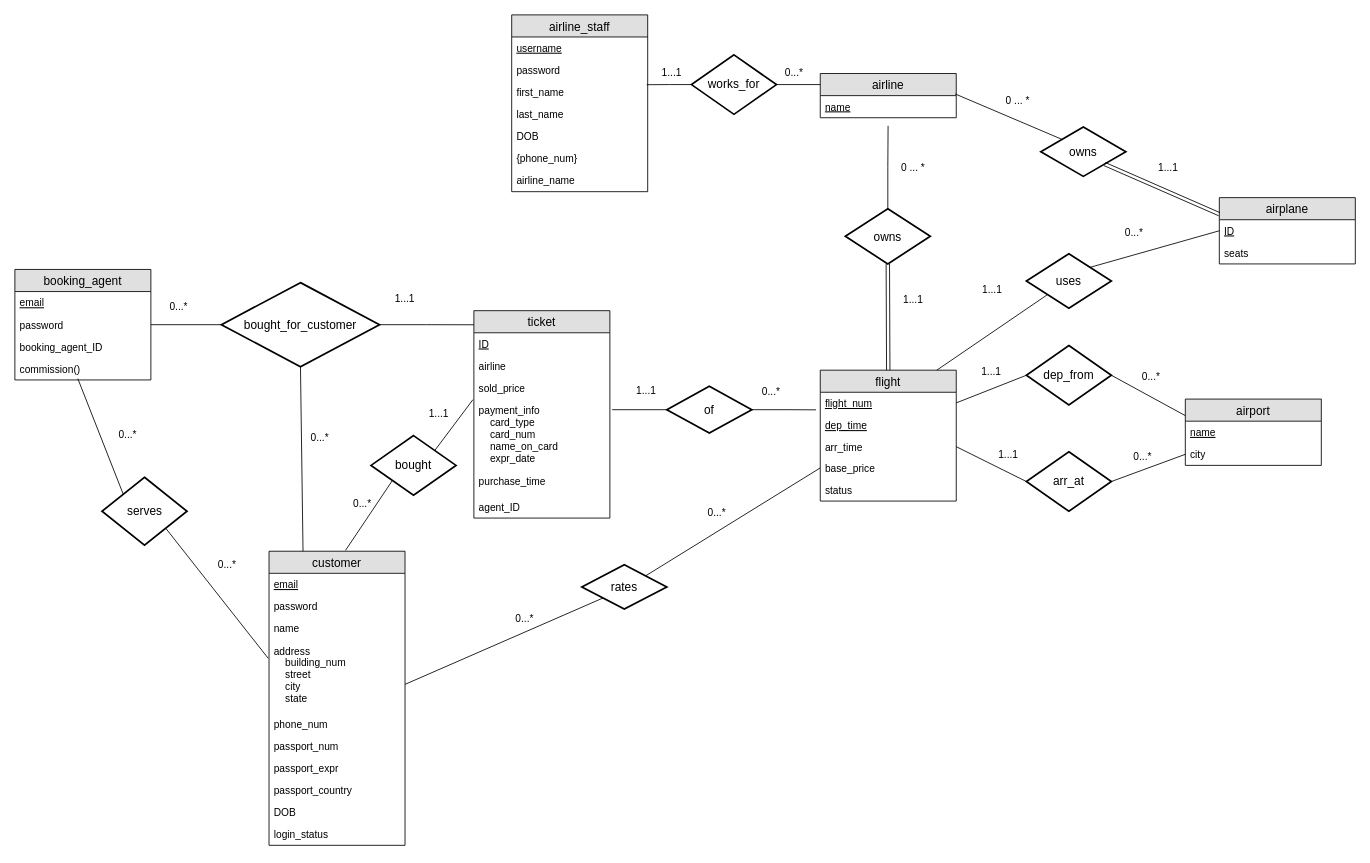
This is ER Diagram.drawio from RomolaZhang/Databases, a draw.io file, before an edit. Source tidied: cells renumbered, new cells numbered last; positions are measured from the earlier drawing's top-left corner, leaving out a move shared by most shapes. Both pictures are drawn from the tidied source at 85%, with x=0, y=0 at pixel (14, 14).
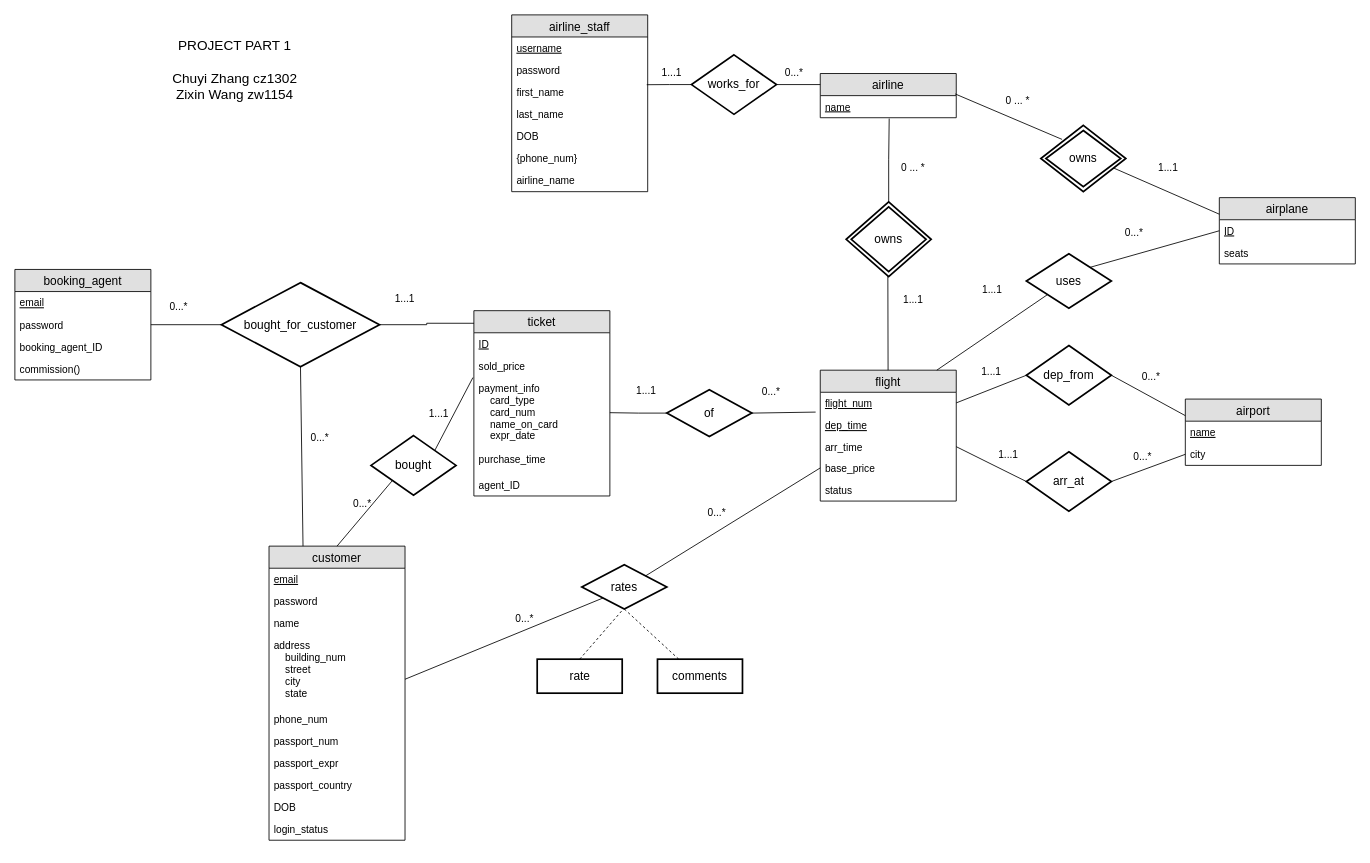
After the change.

Unchanged cells that the change refers to:
```xml
<mxCell id="6" value="name" style="text;strokeColor=none;fillColor=none;spacingLeft=4;spacingRight=4;overflow=hidden;points=[[0,0.5],[1,0.5]];portConstraint=eastwest;fontSize=12;fontStyle=4;" parent="5" vertex="1">
  <mxGeometry y="26" width="160" height="26" as="geometry" />
</mxCell>
<mxCell id="7" value="airplane" style="swimlane;fontStyle=0;horizontal=1;startSize=26;fillColor=#e0e0e0;swimlaneFillColor=#ffffff;align=center;fontSize=14;" parent="1" vertex="1">
  <mxGeometry x="1417" y="215" width="160" height="78" as="geometry" />
</mxCell>
<mxCell id="13" value="flight" style="swimlane;fontStyle=0;horizontal=1;startSize=26;fillColor=#e0e0e0;swimlaneFillColor=#ffffff;align=center;fontSize=14;" parent="1" vertex="1">
  <mxGeometry x="947.5" y="418" width="160" height="154" as="geometry" />
</mxCell>
<mxCell id="15" value="dep_time&#10;" style="text;strokeColor=none;fillColor=none;spacingLeft=4;spacingRight=4;overflow=hidden;points=[[0,0.5],[1,0.5]];portConstraint=eastwest;fontSize=12;fontStyle=4;" parent="13" vertex="1">
  <mxGeometry y="52" width="160" height="26" as="geometry" />
</mxCell>
<mxCell id="30" value="commission()" style="text;strokeColor=none;fillColor=none;spacingLeft=4;spacingRight=4;overflow=hidden;points=[[0,0.5],[1,0.5]];portConstraint=eastwest;fontSize=12;" parent="26" vertex="1">
  <mxGeometry y="104" width="160" height="26" as="geometry" />
</mxCell>
<mxCell id="45" value="address&#10;    building_num&#10;    street&#10;    city&#10;    state" style="text;strokeColor=none;fillColor=none;spacingLeft=4;spacingRight=4;overflow=hidden;points=[[0,0.5],[1,0.5]];portConstraint=eastwest;fontSize=12;" parent="41" vertex="1">
  <mxGeometry y="104" width="160" height="86" as="geometry" />
</mxCell>
<mxCell id="85" value="rates" style="shape=rhombus;strokeWidth=2;fontSize=17;perimeter=rhombusPerimeter;whiteSpace=wrap;html=1;align=center;fontSize=14;" parent="1" vertex="1">
  <mxGeometry x="667" y="647" width="100" height="52" as="geometry" />
</mxCell>
```

The edit, as a diff of the source:
```diff
@@
-    <mxCell id="10" value="owns" style="shape=rhombus;strokeWidth=2;fontSize=17;perimeter=rhombusPerimeter;whiteSpace=wrap;html=1;align=center;fontSize=14;" parent="1" vertex="1">
-      <mxGeometry x="1207" y="132" width="100" height="58" as="geometry" />
-    </mxCell>
@@
     <mxCell id="19" value="ticket" style="swimlane;fontStyle=0;horizontal=1;startSize=26;fillColor=#e0e0e0;swimlaneFillColor=#ffffff;align=center;fontSize=14;" parent="1" vertex="1">
-      <mxGeometry x="540" y="348" width="160" height="244" as="geometry" />
+      <mxGeometry x="540" y="348" width="160" height="218" as="geometry" />
     </mxCell>
@@
-    <mxCell id="21" value="airline" style="text;strokeColor=none;fillColor=none;spacingLeft=4;spacingRight=4;overflow=hidden;fontSize=12;" parent="19" vertex="1">
-      <mxGeometry y="52" width="160" height="26" as="geometry" />
-    </mxCell>
     <mxCell id="22" value="sold_price" style="text;strokeColor=none;fillColor=none;spacingLeft=4;spacingRight=4;overflow=hidden;fontSize=12;" parent="19" vertex="1">
-      <mxGeometry y="78" width="160" height="26" as="geometry" />
+      <mxGeometry y="52" width="160" height="26" as="geometry" />
     </mxCell>
     <mxCell id="23" value="payment_info&#10;    card_type&#10;    card_num&#10;    name_on_card&#10;    expr_date" style="text;strokeColor=none;fillColor=none;spacingLeft=4;spacingRight=4;overflow=hidden;points=[[0,0.5],[1,0.5]];portConstraint=eastwest;fontSize=12;" parent="19" vertex="1">
-      <mxGeometry y="104" width="160" height="84" as="geometry" />
+      <mxGeometry y="78" width="160" height="84" as="geometry" />
     </mxCell>
     <mxCell id="24" value="purchase_time" style="text;strokeColor=none;fillColor=none;spacingLeft=4;spacingRight=4;overflow=hidden;fontSize=12;" parent="19" vertex="1">
-      <mxGeometry y="188" width="160" height="30" as="geometry" />
+      <mxGeometry y="162" width="160" height="30" as="geometry" />
     </mxCell>
     <mxCell id="25" value="agent_ID" style="text;strokeColor=none;fillColor=none;spacingLeft=4;spacingRight=4;overflow=hidden;fontSize=12;" parent="19" vertex="1">
-      <mxGeometry y="218" width="160" height="26" as="geometry" />
+      <mxGeometry y="192" width="160" height="26" as="geometry" />
     </mxCell>
@@
-    <mxCell id="39" style="edgeStyle=orthogonalEdgeStyle;rounded=0;jettySize=auto;html=1;exitX=0.5;exitY=0;exitDx=0;exitDy=0;endArrow=none;endFill=0;" parent="1" edge="1" source="40">
-      <mxGeometry relative="1" as="geometry">
-        <mxPoint x="1027.3" y="130.5" as="targetPoint" />
-      </mxGeometry>
-    </mxCell>
-    <mxCell id="40" value="owns" style="shape=rhombus;strokeWidth=2;fontSize=17;perimeter=rhombusPerimeter;whiteSpace=wrap;html=1;align=center;fontSize=14;" parent="1" vertex="1">
-      <mxGeometry x="977" y="228" width="100" height="65" as="geometry" />
-    </mxCell>
     <mxCell id="41" value="customer" style="swimlane;fontStyle=0;horizontal=1;startSize=26;fillColor=#e0e0e0;swimlaneFillColor=#ffffff;align=center;fontSize=14;" parent="1" vertex="1">
-      <mxGeometry x="299" y="631" width="160" height="346" as="geometry" />
+      <mxGeometry x="299" y="625" width="160" height="346" as="geometry" />
     </mxCell>
@@
-    <mxCell id="58" style="endArrow=none;html=1;exitX=0.992;exitY=-0.077;exitDx=0;exitDy=0;exitPerimeter=0;entryX=0;entryY=0;entryDx=0;entryDy=0;" parent="1" edge="1" source="6" target="10">
-      <mxGeometry relative="1" as="geometry" />
+    <mxCell id="58" style="endArrow=none;html=1;exitX=0.992;exitY=-0.077;exitDx=0;exitDy=0;exitPerimeter=0;entryX=0;entryY=0;entryDx=0;entryDy=0;" parent="1" edge="1" source="6">
+      <mxGeometry relative="1" as="geometry">
+        <mxPoint x="1232" y="146.5" as="targetPoint" />
+      </mxGeometry>
     </mxCell>
@@
-    <mxCell id="65" style="edgeStyle=orthogonalEdgeStyle;rounded=0;jettySize=auto;html=1;exitX=0;exitY=0.5;exitDx=0;exitDy=0;entryX=1.017;entryY=0.149;entryDx=0;entryDy=0;entryPerimeter=0;endArrow=none;endFill=0;" parent="1" edge="1" source="67" target="23">
+    <mxCell id="65" style="edgeStyle=orthogonalEdgeStyle;rounded=0;jettySize=auto;html=1;exitX=0;exitY=0.5;exitDx=0;exitDy=0;entryX=1;entryY=0.5;entryDx=0;entryDy=0;endArrow=none;endFill=0;" parent="1" edge="1" source="67" target="23">
       <mxGeometry relative="1" as="geometry" />
     </mxCell>
-    <mxCell id="66" style="edgeStyle=orthogonalEdgeStyle;rounded=0;jettySize=auto;html=1;exitX=1;exitY=0.5;exitDx=0;exitDy=0;entryX=-0.031;entryY=-0.205;entryDx=0;entryDy=0;entryPerimeter=0;endArrow=none;endFill=0;" parent="1" edge="1" source="67" target="15">
-      <mxGeometry relative="1" as="geometry" />
-    </mxCell>
     <mxCell id="67" value="of" style="shape=rhombus;strokeWidth=2;fontSize=17;perimeter=rhombusPerimeter;whiteSpace=wrap;html=1;align=center;fontSize=14;" parent="1" vertex="1">
-      <mxGeometry x="767" y="437" width="100" height="55" as="geometry" />
+      <mxGeometry x="767" y="441" width="100" height="55" as="geometry" />
     </mxCell>
@@
-    <mxCell id="82" style="shape=link;html=1;endArrow=none;endFill=0;entryX=0;entryY=0.25;entryDx=0;entryDy=0;exitX=1;exitY=1;exitDx=0;exitDy=0;" parent="1" edge="1" source="10" target="7">
-      <mxGeometry relative="1" as="geometry" />
-    </mxCell>
@@
-    <mxCell id="84" style="shape=link;html=1;endArrow=none;endFill=0;entryX=0.5;entryY=1;entryDx=0;entryDy=0;exitX=0.5;exitY=0;exitDx=0;exitDy=0;" parent="1" edge="1" source="13" target="40">
-      <mxGeometry relative="1" as="geometry" />
-    </mxCell>
@@
-    <mxCell id="91" value="serves" style="shape=rhombus;strokeWidth=2;fontSize=17;perimeter=rhombusPerimeter;whiteSpace=wrap;html=1;align=center;fontSize=14;" parent="1" vertex="1">
-      <mxGeometry x="102.5" y="544" width="100" height="80" as="geometry" />
-    </mxCell>
-    <mxCell id="92" style="endArrow=none;html=1;exitX=0.463;exitY=0.942;exitDx=0;exitDy=0;exitPerimeter=0;entryX=0;entryY=0;entryDx=0;entryDy=0;" parent="1" edge="1" source="30" target="91">
-      <mxGeometry relative="1" as="geometry" />
-    </mxCell>
-    <mxCell id="93" style="endArrow=none;html=1;exitX=1;exitY=1;exitDx=0;exitDy=0;entryX=-0.006;entryY=0.256;entryDx=0;entryDy=0;entryPerimeter=0;" parent="1" edge="1" source="91" target="45">
-      <mxGeometry relative="1" as="geometry" />
-    </mxCell>
-    <mxCell id="94" value="0...*" style="text;html=1;strokeColor=none;fillColor=none;align=center;verticalAlign=middle;whiteSpace=wrap;rounded=0;" parent="1" vertex="1">
-      <mxGeometry x="112.5" y="484" width="40" height="20" as="geometry" />
-    </mxCell>
-    <mxCell id="95" value="0...*" style="text;html=1;strokeColor=none;fillColor=none;align=center;verticalAlign=middle;whiteSpace=wrap;rounded=0;" parent="1" vertex="1">
-      <mxGeometry x="230" y="637" width="40" height="20" as="geometry" />
-    </mxCell>
@@
-    <mxCell id="103" style="endArrow=none;html=1;" parent="1" edge="1">
+    <mxCell id="103" style="endArrow=none;html=1;exitX=0.5;exitY=0;exitDx=0;exitDy=0;" parent="1" edge="1" source="41">
       <mxGeometry relative="1" as="geometry">
-        <mxPoint x="389" y="630" as="sourcePoint" />
         <mxPoint x="444" y="548" as="targetPoint" />
       </mxGeometry>
     </mxCell>
+    <mxCell id="104" value="rate" style="strokeWidth=2;whiteSpace=wrap;html=1;align=center;fontSize=14;" parent="1" vertex="1">
+      <mxGeometry x="614.5" y="758" width="100" height="40" as="geometry" />
+    </mxCell>
+    <mxCell id="105" value="comments" style="strokeWidth=2;whiteSpace=wrap;html=1;align=center;fontSize=14;" parent="1" vertex="1">
+      <mxGeometry x="756" y="758" width="100" height="40" as="geometry" />
+    </mxCell>
+    <mxCell id="106" style="endArrow=none;dashed=1;html=1;exitX=0.5;exitY=0;exitDx=0;exitDy=0;" parent="1" edge="1" source="104">
+      <mxGeometry relative="1" as="geometry">
+        <mxPoint x="715" y="700" as="targetPoint" />
+      </mxGeometry>
+    </mxCell>
+    <mxCell id="107" style="endArrow=none;html=1;entryX=0;entryY=0.25;entryDx=0;entryDy=0;exitX=1;exitY=1;exitDx=0;exitDy=0;" parent="1" edge="1" target="7">
+      <mxGeometry relative="1" as="geometry">
+        <mxPoint x="1282" y="175.5" as="sourcePoint" />
+      </mxGeometry>
+    </mxCell>
+    <mxCell id="108" style="endArrow=none;html=1;entryX=0.5;entryY=1;entryDx=0;entryDy=0;" parent="1" edge="1" source="13">
+      <mxGeometry relative="1" as="geometry">
+        <mxPoint x="1027" y="293" as="targetPoint" />
+      </mxGeometry>
+    </mxCell>
+    <mxCell id="109" style="edgeStyle=orthogonalEdgeStyle;rounded=0;jettySize=auto;html=1;exitX=0.5;exitY=0;exitDx=0;exitDy=0;endArrow=none;endFill=0;entryX=0.507;entryY=1.038;entryDx=0;entryDy=0;entryPerimeter=0;" parent="1" edge="1" source="110" target="6">
+      <mxGeometry relative="1" as="geometry" />
+    </mxCell>
+    <mxCell id="110" value="owns" style="shape=rhombus;double=1;strokeWidth=2;fontSize=17;perimeter=rhombusPerimeter;whiteSpace=wrap;html=1;align=center;fontSize=14;" parent="1" vertex="1">
+      <mxGeometry x="978" y="220" width="100" height="88" as="geometry" />
+    </mxCell>
+    <mxCell id="111" value="owns" style="shape=rhombus;double=1;strokeWidth=2;fontSize=17;perimeter=rhombusPerimeter;whiteSpace=wrap;html=1;align=center;fontSize=14;" parent="1" vertex="1">
+      <mxGeometry x="1207" y="130" width="100" height="78" as="geometry" />
+    </mxCell>
+    <mxCell id="112" style="endArrow=none;dashed=1;html=1;entryX=0.5;entryY=1;entryDx=0;entryDy=0;exitX=0.25;exitY=0;exitDx=0;exitDy=0;" parent="1" edge="1" source="105" target="85">
+      <mxGeometry relative="1" as="geometry" />
+    </mxCell>
+    <mxCell id="66" style="endArrow=none;html=1;exitX=1;exitY=0.5;exitDx=0;exitDy=0;entryX=-0.034;entryY=-0.103;entryDx=0;entryDy=0;entryPerimeter=0;" parent="1" edge="1" source="67" target="15">
+      <mxGeometry relative="1" as="geometry" />
+    </mxCell>
+    <mxCell id="113" value="&lt;font style=&quot;font-size: 16px&quot;&gt;PROJECT PART 1&lt;br&gt;&lt;br&gt;Chuyi Zhang cz1302&lt;br&gt;Zixin Wang zw1154&lt;/font&gt;" style="text;html=1;strokeColor=none;fillColor=none;align=center;verticalAlign=middle;whiteSpace=wrap;rounded=0;" parent="1" vertex="1">
+      <mxGeometry x="139" y="20" width="240" height="90" as="geometry" />
+    </mxCell>
```
